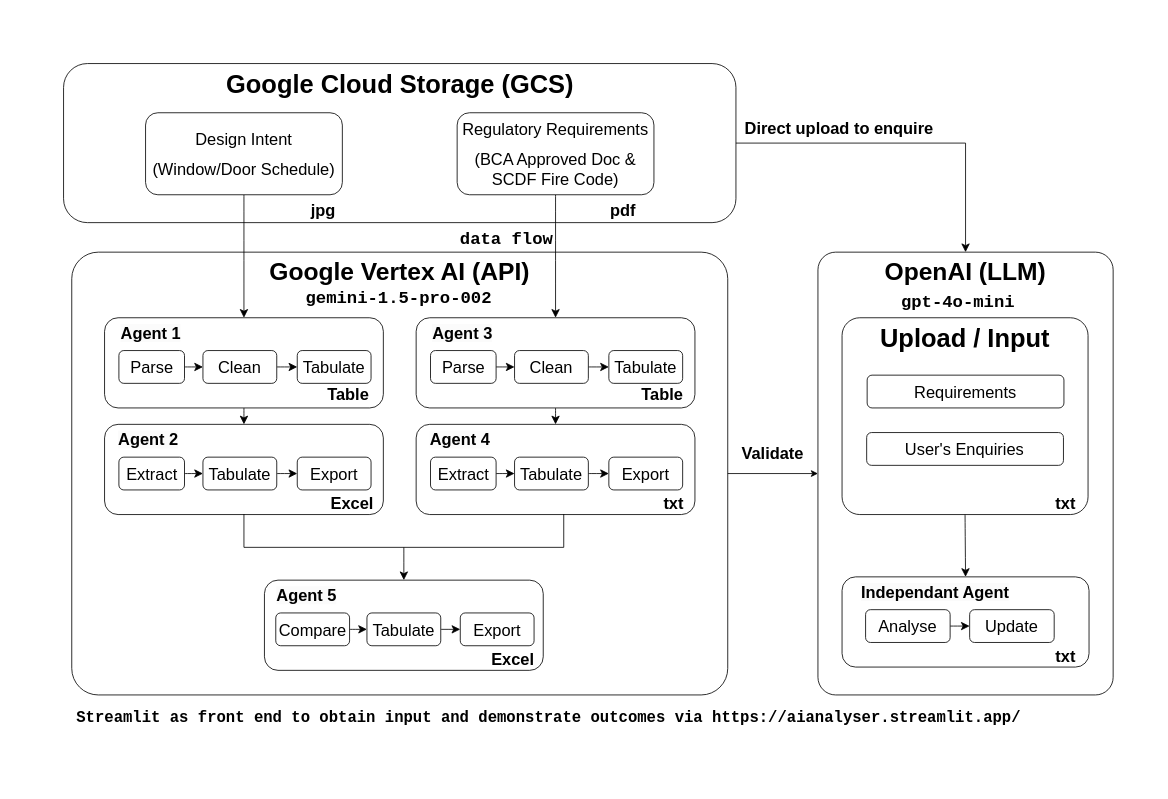
This is pictures/WorkflowDiagram.drawio from integrations-space/streamlit, a draw.io file, before an edit. Source tidied: cells renumbered, new cells numbered last; positions are measured from the earlier drawing's top-left corner, leaving out a move shared by most shapes. Both pictures are drawn from the tidied source at 82%, with x=0, y=0 at pixel (14, 14).
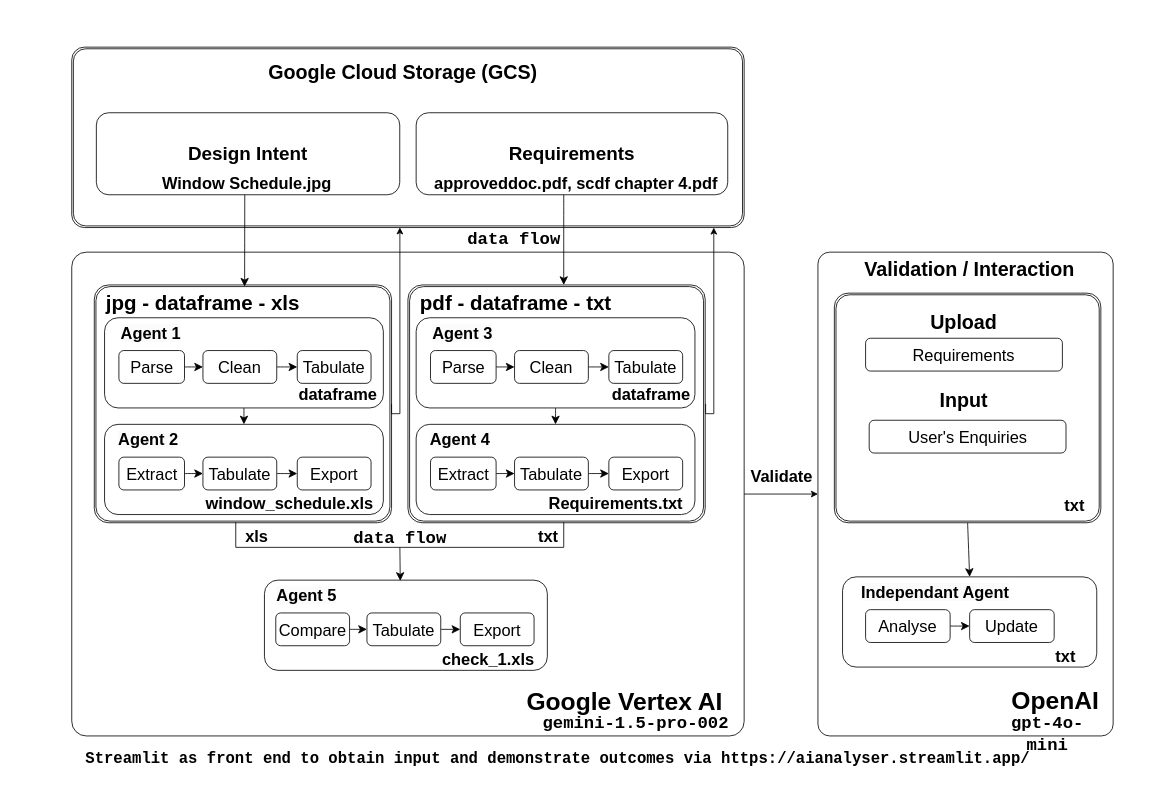
The same page after the edit.

Unchanged cells that the change refers to:
```xml
<mxCell id="7" style="rounded=1;whiteSpace=wrap;html=1;labelBackgroundColor=#1A1A1A;" parent="1" vertex="1">
  <mxGeometry x="110" y="370" width="340" height="110" as="geometry" />
</mxCell>
<mxCell id="33" style="rounded=1;whiteSpace=wrap;html=1;labelBackgroundColor=#1A1A1A;" parent="1" vertex="1">
  <mxGeometry x="490" y="370" width="340" height="110" as="geometry" />
</mxCell>
```

The edit, as a diff of the source:
```diff
@@
-    <mxCell id="3" value="&lt;div&gt;OpenAI (LLM)&lt;/div&gt;" style="rounded=1;whiteSpace=wrap;html=1;glass=0;strokeWidth=1;shadow=0;fontSize=30;fontStyle=1;verticalAlign=top;arcSize=6;labelBorderColor=none;" parent="1" vertex="1">
-      <mxGeometry x="980" y="290" width="360" height="540" as="geometry" />
+    <mxCell id="3" style="rounded=1;whiteSpace=wrap;html=1;glass=0;strokeWidth=1;shadow=0;fontSize=30;fontStyle=1;verticalAlign=top;arcSize=4;labelBorderColor=none;" parent="1" vertex="1">
+      <mxGeometry x="980" y="290" width="360" height="590" as="geometry" />
     </mxCell>
-    <mxCell id="4" value="Upload / Input" style="rounded=1;html=1;glass=0;strokeWidth=1;shadow=0;verticalAlign=top;fontSize=31;fontStyle=1;arcSize=9;" parent="1" vertex="1">
-      <mxGeometry x="1009.4" y="370" width="300" height="240" as="geometry" />
-    </mxCell>
+    <mxCell id="78" style="shape=ext;double=1;rounded=1;whiteSpace=wrap;html=1;arcSize=6;" parent="1" vertex="1">
+      <mxGeometry x="1000" y="340" width="325" height="280" as="geometry" />
+    </mxCell>
-    <mxCell id="5" value="Google Vertex AI (API)&lt;div&gt;&lt;br/&gt;&lt;/div&gt;" style="rounded=1;whiteSpace=wrap;html=1;glass=0;strokeWidth=1;shadow=0;fontSize=30;fontStyle=1;verticalAlign=top;arcSize=6;" parent="1" vertex="1">
-      <mxGeometry x="70" y="290" width="800" height="540" as="geometry" />
+    <mxCell id="5" value="&lt;div&gt;&lt;br&gt;&lt;/div&gt;" style="rounded=1;whiteSpace=wrap;html=1;glass=0;strokeWidth=1;shadow=0;fontSize=30;fontStyle=1;verticalAlign=bottom;arcSize=3;" parent="1" vertex="1">
+      <mxGeometry x="70" y="290" width="820" height="590" as="geometry" />
     </mxCell>
+    <mxCell id="79" style="shape=ext;double=1;rounded=1;whiteSpace=wrap;html=1;arcSize=6;" parent="1" vertex="1">
+      <mxGeometry x="480" y="330" width="362.5" height="290" as="geometry" />
+    </mxCell>
+    <mxCell id="80" value="pdf - dataframe - txt" style="text;whiteSpace=wrap;html=1;fontStyle=1;align=left;fontSize=25;" parent="1" vertex="1">
+      <mxGeometry x="492.5" y="330" width="250" height="50" as="geometry" />
+    </mxCell>
+    <mxCell id="81" style="shape=ext;double=1;rounded=1;whiteSpace=wrap;html=1;arcSize=6;" parent="1" vertex="1">
+      <mxGeometry x="97.5" y="330" width="362.5" height="290" as="geometry" />
+    </mxCell>
+    <mxCell id="82" style="shape=ext;double=1;rounded=1;whiteSpace=wrap;html=1;arcSize=7;" parent="1" vertex="1">
+      <mxGeometry x="70" y="40" width="820" height="220" as="geometry" />
+    </mxCell>
@@
-    <mxCell id="8" value="Google Cloud Storage (GCS)" style="rounded=1;html=1;glass=0;strokeWidth=1;shadow=0;verticalAlign=top;fontSize=31;fontStyle=1;" parent="1" vertex="1">
-      <mxGeometry x="60" y="60" width="820" height="194" as="geometry" />
-    </mxCell>
-    <mxCell id="9" style="edgeStyle=none;curved=1;rounded=0;jettySize=auto;html=1;fontSize=12;startSize=8;endSize=8;" parent="1" edge="1" source="10" target="7">
-      <mxGeometry relative="1" as="geometry" />
-    </mxCell>
-    <mxCell id="10" value="&lt;p&gt;&lt;span style=&quot;font-size: 20px;&quot;&gt;Design Intent&lt;/span&gt;&lt;/p&gt;&lt;p&gt;&lt;span style=&quot;font-size: 20px;&quot;&gt;(Window/Door Schedule)&lt;/span&gt;&lt;/p&gt;" style="rounded=1;whiteSpace=wrap;html=1;fontSize=12;glass=0;strokeWidth=1;shadow=0;" parent="1" vertex="1">
-      <mxGeometry x="160" y="120" width="240" height="100" as="geometry" />
+    <mxCell id="10" value="&lt;p&gt;&lt;b style=&quot;&quot;&gt;&lt;font style=&quot;font-size: 23px;&quot;&gt;Design Intent&lt;/font&gt;&lt;/b&gt;&lt;/p&gt;" style="rounded=1;whiteSpace=wrap;html=1;fontSize=12;glass=0;strokeWidth=1;shadow=0;" parent="1" vertex="1">
+      <mxGeometry x="100" y="120" width="370" height="100" as="geometry" />
     </mxCell>
-    <mxCell id="11" style="edgeStyle=none;curved=1;rounded=0;jettySize=auto;html=1;fontSize=12;startSize=8;endSize=8;" parent="1" edge="1" source="12" target="33">
-      <mxGeometry relative="1" as="geometry" />
-    </mxCell>
-    <mxCell id="12" value="&lt;p&gt;&lt;span style=&quot;font-size: 20px;&quot;&gt;Regulatory Requirements&lt;/span&gt;&lt;/p&gt;&lt;p&gt;&lt;span style=&quot;font-size: 20px;&quot;&gt;(BCA Approved Doc &amp;amp; SCDF Fire Code)&lt;/span&gt;&lt;/p&gt;" style="rounded=1;whiteSpace=wrap;html=1;fontSize=12;glass=0;strokeWidth=1;shadow=0;" parent="1" vertex="1">
-      <mxGeometry x="540" y="120" width="240" height="100" as="geometry" />
+    <mxCell id="12" value="&lt;p&gt;&lt;b style=&quot;&quot;&gt;&lt;font style=&quot;font-size: 23px;&quot;&gt;Requirements&lt;/font&gt;&lt;/b&gt;&lt;/p&gt;" style="rounded=1;whiteSpace=wrap;html=1;fontSize=12;glass=0;strokeWidth=1;shadow=0;" parent="1" vertex="1">
+      <mxGeometry x="490" y="120" width="380" height="100" as="geometry" />
     </mxCell>
@@
+    <mxCell id="83" style="edgeStyle=orthogonalEdgeStyle;rounded=0;jettySize=auto;html=1;entryX=0.488;entryY=0.999;entryDx=0;entryDy=0;entryPerimeter=0;exitX=1;exitY=0.5;exitDx=0;exitDy=0;" parent="1" edge="1" source="81" target="82">
+      <mxGeometry relative="1" as="geometry">
+        <Array as="points">
+          <mxPoint x="470" y="487" />
+        </Array>
+      </mxGeometry>
+    </mxCell>
@@
-    <mxCell id="28" value="&lt;div style=&quot;text-align: center;&quot;&gt;&lt;span style=&quot;background-color: initial; font-size: 20px;&quot;&gt;Table&lt;/span&gt;&lt;/div&gt;" style="text;whiteSpace=wrap;html=1;fontStyle=1;" parent="1" vertex="1">
-      <mxGeometry x="380" y="445" width="90" height="50" as="geometry" />
+    <mxCell id="28" value="&lt;div style=&quot;text-align: center;&quot;&gt;&lt;span style=&quot;background-color: initial; font-size: 20px;&quot;&gt;dataframe&lt;/span&gt;&lt;/div&gt;" style="text;whiteSpace=wrap;html=1;fontStyle=1;" parent="1" vertex="1">
+      <mxGeometry x="345" y="445" width="90" height="50" as="geometry" />
     </mxCell>
-    <mxCell id="29" value="&lt;div style=&quot;text-align: center;&quot;&gt;&lt;span style=&quot;background-color: initial; font-size: 20px;&quot;&gt;Excel&lt;/span&gt;&lt;/div&gt;" style="text;whiteSpace=wrap;html=1;fontStyle=1;" parent="1" vertex="1">
-      <mxGeometry x="384" y="578" width="90" height="50" as="geometry" />
+    <mxCell id="29" value="&lt;div style=&quot;&quot;&gt;&lt;span style=&quot;background-color: initial; font-size: 20px;&quot;&gt;window_schedule.xls&lt;/span&gt;&lt;/div&gt;" style="text;whiteSpace=wrap;html=1;fontStyle=1;align=right;" parent="1" vertex="1">
+      <mxGeometry x="220" y="578" width="220" height="50" as="geometry" />
     </mxCell>
-    <mxCell id="30" value="&lt;div style=&quot;text-align: center;&quot;&gt;&lt;span style=&quot;background-color: initial; font-size: 20px;&quot;&gt;jpg&lt;/span&gt;&lt;/div&gt;" style="text;whiteSpace=wrap;html=1;fontStyle=1;" parent="1" vertex="1">
-      <mxGeometry x="360" y="220" width="90" height="50" as="geometry" />
-    </mxCell>
-    <mxCell id="31" value="&lt;div style=&quot;text-align: center;&quot;&gt;&lt;span style=&quot;background-color: initial; font-size: 20px;&quot;&gt;pdf&lt;/span&gt;&lt;/div&gt;" style="text;whiteSpace=wrap;html=1;fontStyle=1;" parent="1" vertex="1">
-      <mxGeometry x="725" y="220" width="90" height="50" as="geometry" />
-    </mxCell>
@@
-    <mxCell id="48" value="&lt;div style=&quot;text-align: center;&quot;&gt;&lt;span style=&quot;background-color: initial; font-size: 20px;&quot;&gt;Table&lt;/span&gt;&lt;/div&gt;" style="text;whiteSpace=wrap;html=1;fontStyle=1;" parent="1" vertex="1">
-      <mxGeometry x="762.5" y="445" width="90" height="50" as="geometry" />
-    </mxCell>
-    <mxCell id="49" value="&lt;div style=&quot;text-align: center;&quot;&gt;&lt;span style=&quot;font-size: 20px;&quot;&gt;txt&lt;/span&gt;&lt;/div&gt;" style="text;whiteSpace=wrap;html=1;fontStyle=1;" parent="1" vertex="1">
-      <mxGeometry x="790" y="578" width="66.5" height="50" as="geometry" />
+    <mxCell id="49" value="&lt;div style=&quot;text-align: center;&quot;&gt;&lt;span style=&quot;font-size: 20px;&quot;&gt;Requirements.txt&lt;/span&gt;&lt;/div&gt;" style="text;whiteSpace=wrap;html=1;fontStyle=1;" parent="1" vertex="1">
+      <mxGeometry x="650" y="578" width="206.5" height="50" as="geometry" />
     </mxCell>
-    <mxCell id="50" style="edgeStyle=none;curved=1;rounded=0;jettySize=auto;html=1;fontSize=12;startSize=8;endSize=8;" parent="1" edge="1" source="51" target="52">
+    <mxCell id="50" style="edgeStyle=none;curved=1;rounded=0;jettySize=auto;html=1;fontSize=12;startSize=8;endSize=8;entryX=0.48;entryY=0.008;entryDx=0;entryDy=0;entryPerimeter=0;" parent="1" edge="1" source="51" target="52">
       <mxGeometry relative="1" as="geometry" />
     </mxCell>
     <mxCell id="51" style="shape=partialRectangle;whiteSpace=wrap;html=1;bottom=1;right=1;left=1;top=0;fillColor=none;routingCenterX=-0.5;" parent="1" vertex="1">
-      <mxGeometry x="280" y="610" width="390" height="40" as="geometry" />
+      <mxGeometry x="270" y="620" width="400" height="30" as="geometry" />
     </mxCell>
     <mxCell id="52" style="rounded=1;whiteSpace=wrap;html=1;labelBackgroundColor=#1A1A1A;" parent="1" vertex="1">
-      <mxGeometry x="305" y="690" width="340" height="110" as="geometry" />
+      <mxGeometry x="305" y="690" width="345" height="110" as="geometry" />
     </mxCell>
@@
-    <mxCell id="59" value="&lt;div style=&quot;text-align: center;&quot;&gt;&lt;span style=&quot;background-color: initial; font-size: 20px;&quot;&gt;Excel&lt;/span&gt;&lt;/div&gt;" style="text;whiteSpace=wrap;html=1;fontStyle=1;" parent="1" vertex="1">
-      <mxGeometry x="580" y="768" width="90" height="50" as="geometry" />
+    <mxCell id="59" value="&lt;div style=&quot;text-align: center;&quot;&gt;&lt;span style=&quot;background-color: initial; font-size: 20px;&quot;&gt;check_1.xls&lt;/span&gt;&lt;/div&gt;" style="text;whiteSpace=wrap;html=1;fontStyle=1;" parent="1" vertex="1">
+      <mxGeometry x="520" y="768" width="150" height="50" as="geometry" />
     </mxCell>
     <mxCell id="60" value="&lt;div style=&quot;font-size: 21px;&quot;&gt;&lt;span style=&quot;font-size: 21px;&quot; id=&quot;docs-internal-guid-1821d3b9-7fff-7af8-b4e6-91dbe0856bd1&quot;&gt;&lt;span style=&quot;font-size: 21px; font-family: &amp;quot;Roboto Mono&amp;quot;, monospace; background-color: transparent; font-variant-numeric: normal; font-variant-east-asian: normal; font-variant-alternates: normal; font-variant-position: normal; vertical-align: baseline; white-space-collapse: preserve;&quot;&gt;gemini-1.5-pro-002&lt;/span&gt;&lt;/span&gt;&lt;/div&gt;" style="text;whiteSpace=wrap;html=1;fontStyle=1;fontColor=#000000;align=center;fontSize=21;" parent="1" vertex="1">
-      <mxGeometry x="309" y="325" width="320" height="30" as="geometry" />
+      <mxGeometry x="597.5" y="844" width="320" height="30" as="geometry" />
     </mxCell>
     <mxCell id="61" value="&lt;div style=&quot;font-size: 21px;&quot;&gt;&lt;span style=&quot;font-size: 21px;&quot; id=&quot;docs-internal-guid-1821d3b9-7fff-7af8-b4e6-91dbe0856bd1&quot;&gt;&lt;span style=&quot;font-size: 21px; font-family: &amp;quot;Roboto Mono&amp;quot;, monospace; background-color: transparent; font-variant-numeric: normal; font-variant-east-asian: normal; font-variant-alternates: normal; font-variant-position: normal; vertical-align: baseline; white-space-collapse: preserve;&quot;&gt;gpt-4o-mini&lt;/span&gt;&lt;/span&gt;&lt;/div&gt;" style="text;whiteSpace=wrap;html=1;fontStyle=1;fontColor=#000000;align=center;fontSize=21;" parent="1" vertex="1">
-      <mxGeometry x="990.6" y="330" width="320" height="30" as="geometry" />
+      <mxGeometry x="1190" y="844" width="140" height="30" as="geometry" />
     </mxCell>
     <mxCell id="62" style="rounded=1;whiteSpace=wrap;html=1;labelBackgroundColor=#1A1A1A;" parent="1" vertex="1">
-      <mxGeometry x="1009.4" y="686" width="301.2" height="110" as="geometry" />
+      <mxGeometry x="1010" y="686" width="310" height="110" as="geometry" />
     </mxCell>
@@
     <mxCell id="68" value="&lt;p&gt;&lt;span style=&quot;font-size: 20px;&quot;&gt;Requirements&lt;/span&gt;&lt;/p&gt;" style="rounded=1;whiteSpace=wrap;html=1;fontSize=12;glass=0;strokeWidth=1;shadow=0;" parent="1" vertex="1">
-      <mxGeometry x="1040" y="440" width="240" height="40" as="geometry" />
+      <mxGeometry x="1038.1" y="395" width="240" height="40" as="geometry" />
     </mxCell>
-    <mxCell id="69" style="edgeStyle=none;curved=1;rounded=0;jettySize=auto;html=1;fontSize=12;startSize=8;endSize=8;exitX=0.5;exitY=1;exitDx=0;exitDy=0;entryX=0.5;entryY=0;entryDx=0;entryDy=0;" parent="1" edge="1" source="4" target="62">
+    <mxCell id="69" style="edgeStyle=none;curved=1;rounded=0;jettySize=auto;html=1;fontSize=12;startSize=8;endSize=8;exitX=0.5;exitY=1;exitDx=0;exitDy=0;entryX=0.5;entryY=0;entryDx=0;entryDy=0;" parent="1" edge="1" source="78" target="62">
       <mxGeometry relative="1" as="geometry" />
     </mxCell>
     <mxCell id="70" value="&lt;p&gt;&lt;span style=&quot;font-size: 20px;&quot;&gt;User's Enquiries&lt;/span&gt;&lt;/p&gt;" style="rounded=1;whiteSpace=wrap;html=1;fontSize=12;glass=0;strokeWidth=1;shadow=0;" parent="1" vertex="1">
-      <mxGeometry x="1039.4" y="510" width="240" height="40" as="geometry" />
+      <mxGeometry x="1042.5" y="495" width="240" height="40" as="geometry" />
     </mxCell>
     <mxCell id="71" value="&lt;div style=&quot;text-align: center;&quot;&gt;&lt;span style=&quot;background-color: initial; font-size: 20px;&quot;&gt;txt&lt;/span&gt;&lt;/div&gt;" style="text;whiteSpace=wrap;html=1;fontStyle=1;" parent="1" vertex="1">
-      <mxGeometry x="1268.1" y="578" width="90" height="30" as="geometry" />
+      <mxGeometry x="1279.4" y="580" width="90" height="30" as="geometry" />
     </mxCell>
-    <mxCell id="72" value="&lt;div style=&quot;&quot;&gt;&lt;span style=&quot;background-color: initial; font-size: 20px;&quot;&gt;Direct upload&amp;nbsp;&lt;/span&gt;&lt;span style=&quot;font-size: 20px; background-color: initial;&quot;&gt;to enquire&lt;/span&gt;&lt;/div&gt;" style="text;whiteSpace=wrap;html=1;fontStyle=1;align=left;" parent="1" vertex="1">
-      <mxGeometry x="889.4" y="120" width="260.6" height="50" as="geometry" />
+    <mxCell id="72" value="&lt;div style=&quot;font-size: 24px;&quot;&gt;&lt;span style=&quot;background-color: initial; font-size: 24px;&quot;&gt;Upload&lt;/span&gt;&lt;/div&gt;" style="text;whiteSpace=wrap;html=1;fontStyle=1;align=center;fontSize=24;" parent="1" vertex="1">
+      <mxGeometry x="1048.1" y="355" width="220" height="50" as="geometry" />
     </mxCell>
-    <mxCell id="73" style="edgeStyle=segmentEdgeStyle;endArrow=classic;html=1;curved=0;rounded=0;endSize=8;startSize=8;fontSize=12;entryX=0.5;entryY=0;entryDx=0;entryDy=0;exitX=1;exitY=0.5;exitDx=0;exitDy=0;" parent="1" edge="1" source="8" target="3">
-      <mxGeometry relative="1" as="geometry" />
-    </mxCell>
     <mxCell id="74" value="&lt;div style=&quot;&quot;&gt;&lt;span style=&quot;font-size: 20px;&quot;&gt;Validate&lt;/span&gt;&lt;/div&gt;" style="text;whiteSpace=wrap;html=1;fontStyle=1;align=center;verticalAlign=bottom;" parent="1" vertex="1">
-      <mxGeometry x="870" y="515" width="110" height="35" as="geometry" />
+      <mxGeometry x="880.6" y="543" width="110" height="35" as="geometry" />
     </mxCell>
     <mxCell id="75" value="&lt;div style=&quot;font-size: 19px;&quot;&gt;&lt;span style=&quot;font-size: 19px;&quot; id=&quot;docs-internal-guid-1821d3b9-7fff-7af8-b4e6-91dbe0856bd1&quot;&gt;&lt;span style=&quot;font-size: 19px; font-family: &amp;quot;Roboto Mono&amp;quot;, monospace; background-color: transparent; font-variant-numeric: normal; font-variant-east-asian: normal; font-variant-alternates: normal; font-variant-position: normal; vertical-align: baseline; white-space-collapse: preserve;&quot;&gt;Streamlit as front end to obtain input and demonstrate outcomes via https://aianalyser.streamlit.app/&lt;/span&gt;&lt;/span&gt;&lt;/div&gt;" style="text;whiteSpace=wrap;html=1;fontStyle=1;fontColor=#000000;align=left;fontSize=19;" parent="1" vertex="1">
-      <mxGeometry x="73.8" y="840" width="1194.4" height="30" as="geometry" />
+      <mxGeometry x="85" y="890" width="1194.4" height="30" as="geometry" />
     </mxCell>
     <mxCell id="76" value="&lt;div style=&quot;font-size: 21px;&quot;&gt;&lt;span style=&quot;font-size: 21px;&quot; id=&quot;docs-internal-guid-1821d3b9-7fff-7af8-b4e6-91dbe0856bd1&quot;&gt;&lt;span style=&quot;font-size: 21px; font-family: &amp;quot;Roboto Mono&amp;quot;, monospace; background-color: transparent; font-variant-numeric: normal; font-variant-east-asian: normal; font-variant-alternates: normal; font-variant-position: normal; vertical-align: baseline; white-space-collapse: preserve;&quot;&gt;data flow&lt;/span&gt;&lt;/span&gt;&lt;/div&gt;" style="text;whiteSpace=wrap;html=1;fontStyle=1;fontColor=#000000;align=center;fontSize=21;" parent="1" vertex="1">
-      <mxGeometry x="540" y="254" width="120.6" height="30" as="geometry" />
+      <mxGeometry x="549.4" y="254" width="120.6" height="30" as="geometry" />
     </mxCell>
@@
+    <mxCell id="8" value="&lt;div style=&quot;font-size: 24px;&quot;&gt;Google Cloud Storage (GCS)&lt;/div&gt;" style="text;whiteSpace=wrap;html=1;fontStyle=1;align=left;fontSize=24;" parent="1" vertex="1">
+      <mxGeometry x="308.4" y="50" width="333.1" height="50" as="geometry" />
+    </mxCell>
+    <mxCell id="84" value="&lt;div style=&quot;font-size: 30px;&quot;&gt;Google Vertex AI&lt;/div&gt;" style="text;whiteSpace=wrap;html=1;fontStyle=1;align=left;fontSize=30;" parent="1" vertex="1">
+      <mxGeometry x="622.5" y="814" width="250" height="50" as="geometry" />
+    </mxCell>
+    <mxCell id="85" value="jpg - dataframe - xls" style="text;whiteSpace=wrap;html=1;fontStyle=1;align=left;fontSize=25;" parent="1" vertex="1">
+      <mxGeometry x="110" y="330" width="260" height="50" as="geometry" />
+    </mxCell>
+    <mxCell id="86" style="edgeStyle=orthogonalEdgeStyle;rounded=0;orthogonalLoop=1;jettySize=auto;html=1;entryX=0.488;entryY=0.999;entryDx=0;entryDy=0;entryPerimeter=0;exitX=1;exitY=0.5;exitDx=0;exitDy=0;" parent="1" edge="1">
+      <mxGeometry relative="1" as="geometry">
+        <mxPoint x="843" y="475" as="sourcePoint" />
+        <mxPoint x="853" y="260" as="targetPoint" />
+        <Array as="points">
+          <mxPoint x="853" y="487" />
+        </Array>
+      </mxGeometry>
+    </mxCell>
+    <mxCell id="87" value="&lt;div style=&quot;font-size: 21px;&quot;&gt;&lt;span style=&quot;font-size: 21px;&quot; id=&quot;docs-internal-guid-1821d3b9-7fff-7af8-b4e6-91dbe0856bd1&quot;&gt;&lt;span style=&quot;font-size: 21px; font-family: &amp;quot;Roboto Mono&amp;quot;, monospace; background-color: transparent; font-variant-numeric: normal; font-variant-east-asian: normal; font-variant-alternates: normal; font-variant-position: normal; vertical-align: baseline; white-space-collapse: preserve;&quot;&gt;data flow&lt;/span&gt;&lt;/span&gt;&lt;/div&gt;" style="text;whiteSpace=wrap;html=1;fontStyle=1;fontColor=#000000;align=center;fontSize=21;" parent="1" vertex="1">
+      <mxGeometry x="409.7" y="618" width="120.6" height="30" as="geometry" />
+    </mxCell>
+    <mxCell id="88" value="&lt;div style=&quot;text-align: center;&quot;&gt;&lt;span style=&quot;background-color: initial; font-size: 20px;&quot;&gt;dataframe&lt;/span&gt;&lt;/div&gt;" style="text;whiteSpace=wrap;html=1;fontStyle=1;" parent="1" vertex="1">
+      <mxGeometry x="727" y="445" width="90" height="50" as="geometry" />
+    </mxCell>
+    <mxCell id="89" value="&lt;div style=&quot;text-align: center;&quot;&gt;&lt;span style=&quot;background-color: initial; font-size: 20px;&quot;&gt;xls&lt;/span&gt;&lt;/div&gt;" style="text;whiteSpace=wrap;html=1;fontStyle=1;" parent="1" vertex="1">
+      <mxGeometry x="280" y="618" width="90" height="50" as="geometry" />
+    </mxCell>
+    <mxCell id="90" value="&lt;div style=&quot;text-align: center;&quot;&gt;&lt;span style=&quot;font-size: 20px;&quot;&gt;txt&lt;/span&gt;&lt;/div&gt;" style="text;whiteSpace=wrap;html=1;fontStyle=1;" parent="1" vertex="1">
+      <mxGeometry x="636.8" y="618" width="66.5" height="50" as="geometry" />
+    </mxCell>
+    <mxCell id="91" style="edgeStyle=none;curved=1;rounded=0;jettySize=auto;html=1;fontSize=12;startSize=8;endSize=8;entryX=0.657;entryY=0.04;entryDx=0;entryDy=0;entryPerimeter=0;" parent="1" edge="1" target="85">
+      <mxGeometry relative="1" as="geometry">
+        <mxPoint x="281" y="220" as="sourcePoint" />
+      </mxGeometry>
+    </mxCell>
+    <mxCell id="92" style="edgeStyle=none;curved=1;rounded=0;orthogonalLoop=1;jettySize=auto;html=1;fontSize=12;startSize=8;endSize=8;entryX=0.657;entryY=0.04;entryDx=0;entryDy=0;entryPerimeter=0;" parent="1" edge="1">
+      <mxGeometry relative="1" as="geometry">
+        <mxPoint x="670" y="220" as="sourcePoint" />
+        <mxPoint x="670" y="330" as="targetPoint" />
+      </mxGeometry>
+    </mxCell>
+    <mxCell id="93" value="&lt;div style=&quot;&quot;&gt;&lt;span style=&quot;background-color: initial; font-size: 20px;&quot;&gt;Window Schedule.jpg&lt;/span&gt;&lt;/div&gt;" style="text;whiteSpace=wrap;html=1;fontStyle=1;align=right;" parent="1" vertex="1">
+      <mxGeometry x="168.8" y="187" width="220" height="50" as="geometry" />
+    </mxCell>
+    <mxCell id="94" value="&lt;div style=&quot;&quot;&gt;&lt;span style=&quot;background-color: initial; font-size: 20px;&quot;&gt;approveddoc.pdf, scdf chapter 4.pdf&lt;/span&gt;&lt;/div&gt;" style="text;whiteSpace=wrap;html=1;fontStyle=1;align=right;" parent="1" vertex="1">
+      <mxGeometry x="490" y="187" width="370" height="50" as="geometry" />
+    </mxCell>
+    <mxCell id="95" value="&lt;div style=&quot;font-size: 30px;&quot;&gt;OpenAI&lt;/div&gt;" style="text;whiteSpace=wrap;html=1;fontStyle=1;align=right;fontSize=30;" parent="1" vertex="1">
+      <mxGeometry x="1155" y="813" width="170" height="50" as="geometry" />
+    </mxCell>
+    <mxCell id="96" value="&lt;div style=&quot;font-size: 24px;&quot;&gt;&lt;span style=&quot;background-color: initial; font-size: 24px;&quot;&gt;Validation / Interaction&lt;/span&gt;&lt;/div&gt;" style="text;whiteSpace=wrap;html=1;fontStyle=1;align=center;fontSize=24;" parent="1" vertex="1">
+      <mxGeometry x="1030" y="290" width="270" height="50" as="geometry" />
+    </mxCell>
+    <mxCell id="97" value="&lt;div style=&quot;font-size: 24px;&quot;&gt;&lt;span style=&quot;background-color: initial; font-size: 24px;&quot;&gt;Input&lt;/span&gt;&lt;/div&gt;" style="text;whiteSpace=wrap;html=1;fontStyle=1;align=center;fontSize=24;" parent="1" vertex="1">
+      <mxGeometry x="1048.1" y="450" width="220" height="50" as="geometry" />
+    </mxCell>
```
